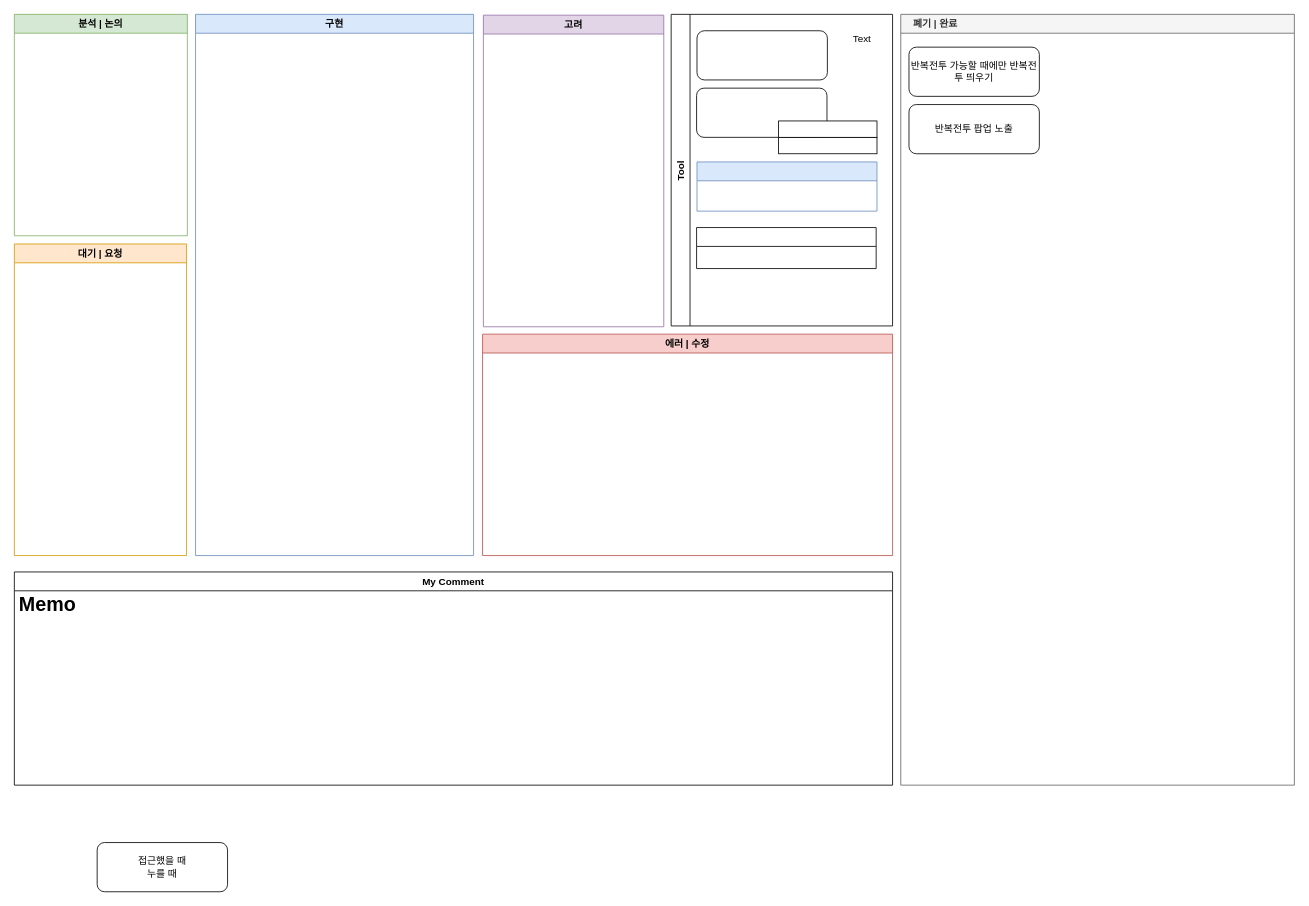
This is 스테이지 자동진행 진행상황.drawio from Endorr/Job-Board, a draw.io file, before an edit. Source tidied: cells renumbered, new cells numbered last; positions are measured from the earlier drawing's top-left corner, leaving out a move shared by most shapes. Both pictures are drawn from the tidied source at 82%, with x=0, y=0 at pixel (14, 14).
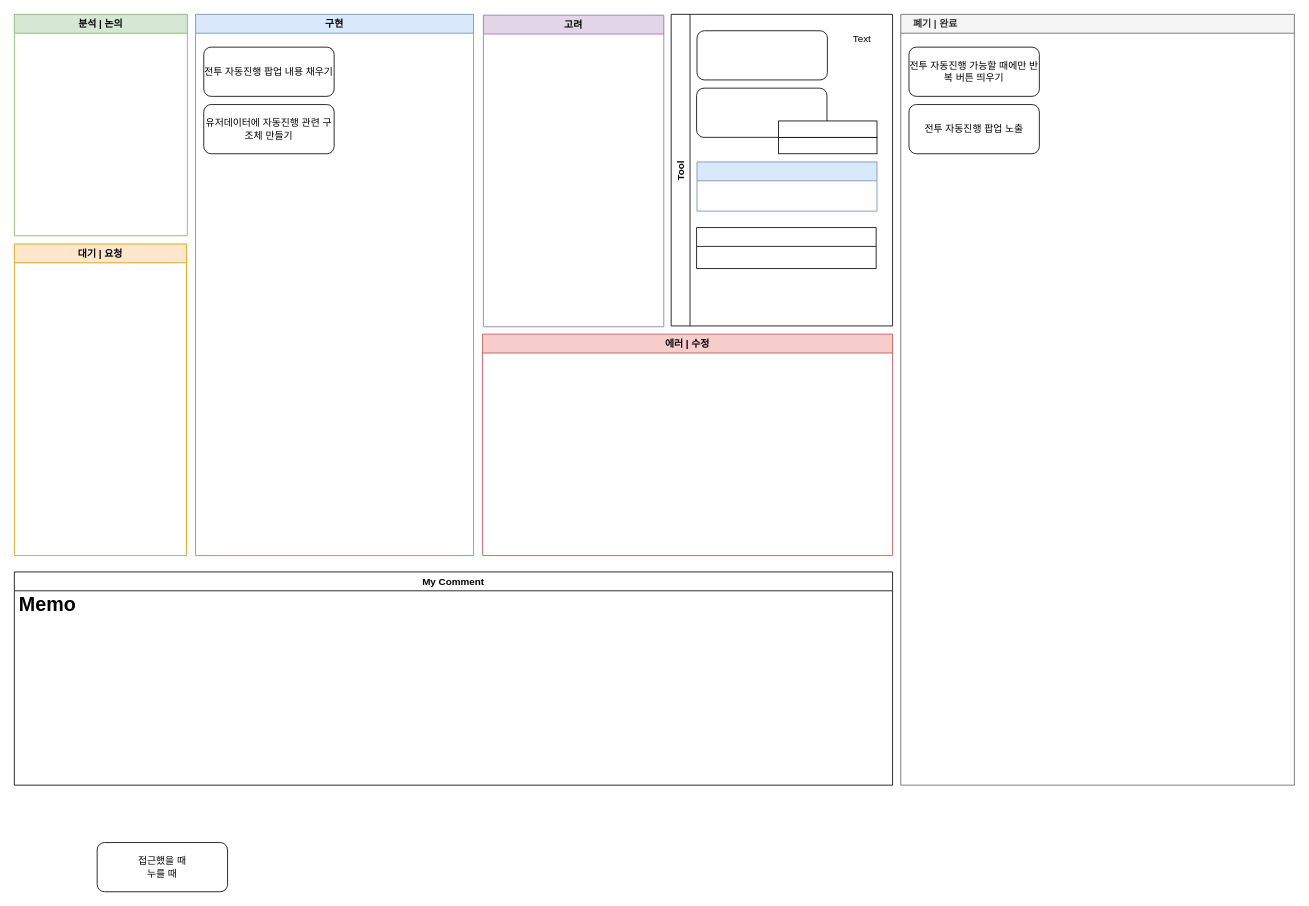
The same page after the edit.

Commit message:
Update 스테이지 자동진행 진행상황.drawio

Unchanged cells that the change refers to:
```xml
<mxCell id="2" value="구현" style="swimlane;fillColor=#dae8fc;strokeColor=#6c8ebf;" parent="1" vertex="1">
  <mxGeometry x="221" width="339" height="660" as="geometry" />
</mxCell>
<mxCell id="7" value="    폐기 | 완료" style="swimlane;strokeColor=#666666;fillColor=#f5f5f5;fontColor=#333333;align=left;" parent="1" vertex="1">
  <mxGeometry x="1081" width="480" height="940" as="geometry" />
</mxCell>
```

Diff of the diagram source:
```diff
@@
+    <mxCell id="22" value="전투 자동진행 팝업 내용 채우기" style="rounded=1;whiteSpace=wrap;html=1;" parent="2" vertex="1">
+      <mxGeometry x="10" y="40" width="159" height="60" as="geometry" />
+    </mxCell>
+    <mxCell id="23" value="유저데이터에 자동진행 관련 구조체 만들기" style="rounded=1;whiteSpace=wrap;html=1;" parent="2" vertex="1">
+      <mxGeometry x="10" y="110" width="159" height="60" as="geometry" />
+    </mxCell>
@@
-    <mxCell id="8" value="반복전투 가능할 때에만 반복전투 띄우기" style="rounded=1;whiteSpace=wrap;html=1;" parent="7" vertex="1">
+    <mxCell id="8" value="전투 자동진행 가능할 때에만 반복 버튼 띄우기" style="rounded=1;whiteSpace=wrap;html=1;" parent="7" vertex="1">
       <mxGeometry x="10" y="40" width="159" height="60" as="geometry" />
     </mxCell>
-    <mxCell id="9" value="반복전투 팝업 노출" style="rounded=1;whiteSpace=wrap;html=1;" parent="7" vertex="1">
+    <mxCell id="9" value="전투 자동진행 팝업 노출" style="rounded=1;whiteSpace=wrap;html=1;" parent="7" vertex="1">
       <mxGeometry x="10" y="110" width="159" height="60" as="geometry" />
     </mxCell>
```
